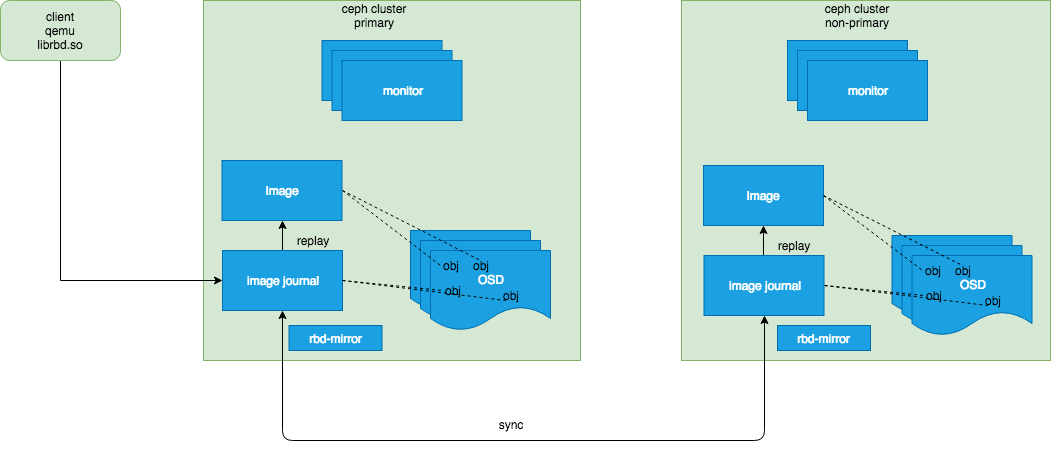
Earlier version of the draw.io export images/rbd-mirror.png (hopkings2008/ceph-beginner). Source tidied: cells renumbered, new cells last; positions are measured from the earlier drawing's top-left corner, leaving out a move shared by most shapes. The source it was exported from:
```xml
<mxGraphModel>
  <root>
    <mxCell id="0" />
    <mxCell id="1" parent="0" />
    <mxCell id="2" style="rounded=0;whiteSpace=wrap;html=1;fillColor=#d5e8d4;strokeColor=#82b366;" parent="1" vertex="1">
      <mxGeometry x="203" width="377" height="360" as="geometry" />
    </mxCell>
    <mxCell id="3" style="edgeStyle=orthogonalEdgeStyle;rounded=0;jettySize=auto;html=1;entryX=0;entryY=0.5;entryDx=0;entryDy=0;" parent="1" edge="1" source="4" target="19">
      <mxGeometry relative="1" as="geometry">
        <Array as="points">
          <mxPoint x="60" y="280" />
        </Array>
      </mxGeometry>
    </mxCell>
    <mxCell id="4" value="client&lt;br&gt;qemu&lt;br&gt;librbd.so&lt;br&gt;" style="rounded=1;whiteSpace=wrap;html=1;fillColor=#d5e8d4;strokeColor=#82b366;" parent="1" vertex="1">
      <mxGeometry width="120" height="60" as="geometry" />
    </mxCell>
    <mxCell id="5" value="OSD" style="shape=document;whiteSpace=wrap;html=1;boundedLbl=1;fillColor=#1ba1e2;strokeColor=#006EAF;fontColor=#ffffff;" parent="1" vertex="1">
      <mxGeometry x="410" y="230" width="120" height="80" as="geometry" />
    </mxCell>
    <mxCell id="6" value="OSD" style="shape=document;whiteSpace=wrap;html=1;boundedLbl=1;fillColor=#1ba1e2;strokeColor=#006EAF;fontColor=#ffffff;" parent="1" vertex="1">
      <mxGeometry x="420" y="240" width="120" height="80" as="geometry" />
    </mxCell>
    <mxCell id="7" value="OSD" style="shape=document;whiteSpace=wrap;html=1;boundedLbl=1;fillColor=#1ba1e2;strokeColor=#006EAF;fontColor=#ffffff;" parent="1" vertex="1">
      <mxGeometry x="430" y="250" width="120" height="80" as="geometry" />
    </mxCell>
    <mxCell id="8" value="monitor" style="rounded=0;whiteSpace=wrap;html=1;fillColor=#1ba1e2;strokeColor=#006EAF;fontColor=#ffffff;" parent="1" vertex="1">
      <mxGeometry x="321.5" y="40" width="120" height="60" as="geometry" />
    </mxCell>
    <mxCell id="9" value="monitor" style="rounded=0;whiteSpace=wrap;html=1;fillColor=#1ba1e2;strokeColor=#006EAF;fontColor=#ffffff;" parent="1" vertex="1">
      <mxGeometry x="331.5" y="50" width="120" height="60" as="geometry" />
    </mxCell>
    <mxCell id="10" value="monitor" style="rounded=0;whiteSpace=wrap;html=1;fillColor=#1ba1e2;strokeColor=#006EAF;fontColor=#ffffff;" parent="1" vertex="1">
      <mxGeometry x="341.5" y="60" width="120" height="60" as="geometry" />
    </mxCell>
    <mxCell id="11" value="ceph cluster&lt;br&gt;primary&lt;br&gt;" style="text;html=1;strokeColor=none;fillColor=none;align=center;verticalAlign=middle;whiteSpace=wrap;rounded=0;" parent="1" vertex="1">
      <mxGeometry x="314" width="118" height="30" as="geometry" />
    </mxCell>
    <mxCell id="12" style="rounded=0;whiteSpace=wrap;html=1;fillColor=#d5e8d4;strokeColor=#82b366;" parent="1" vertex="1">
      <mxGeometry x="681" width="369" height="360" as="geometry" />
    </mxCell>
    <mxCell id="13" value="monitor" style="rounded=0;whiteSpace=wrap;html=1;fillColor=#1ba1e2;strokeColor=#006EAF;fontColor=#ffffff;" parent="1" vertex="1">
      <mxGeometry x="787" y="40" width="120" height="60" as="geometry" />
    </mxCell>
    <mxCell id="14" value="monitor" style="rounded=0;whiteSpace=wrap;html=1;fillColor=#1ba1e2;strokeColor=#006EAF;fontColor=#ffffff;" parent="1" vertex="1">
      <mxGeometry x="797" y="50" width="120" height="60" as="geometry" />
    </mxCell>
    <mxCell id="15" value="monitor" style="rounded=0;whiteSpace=wrap;html=1;fillColor=#1ba1e2;strokeColor=#006EAF;fontColor=#ffffff;" parent="1" vertex="1">
      <mxGeometry x="807" y="60" width="120" height="60" as="geometry" />
    </mxCell>
    <mxCell id="16" value="ceph cluster&lt;br&gt;non-primary&lt;br&gt;" style="text;html=1;strokeColor=none;fillColor=none;align=center;verticalAlign=middle;whiteSpace=wrap;rounded=0;" parent="1" vertex="1">
      <mxGeometry x="797" width="118" height="30" as="geometry" />
    </mxCell>
    <mxCell id="17" value="Image&lt;br&gt;" style="rounded=0;whiteSpace=wrap;html=1;fillColor=#1ba1e2;strokeColor=#006EAF;fontColor=#ffffff;" parent="1" vertex="1">
      <mxGeometry x="221.5" y="160" width="120" height="60" as="geometry" />
    </mxCell>
    <mxCell id="18" style="edgeStyle=orthogonalEdgeStyle;rounded=0;jettySize=auto;html=1;exitX=0.5;exitY=0;exitDx=0;exitDy=0;entryX=0.5;entryY=1;entryDx=0;entryDy=0;" parent="1" edge="1" source="19" target="17">
      <mxGeometry relative="1" as="geometry" />
    </mxCell>
    <mxCell id="19" value="image journal" style="rounded=0;whiteSpace=wrap;html=1;fillColor=#1ba1e2;strokeColor=#006EAF;fontColor=#ffffff;" parent="1" vertex="1">
      <mxGeometry x="222" y="250" width="120" height="60" as="geometry" />
    </mxCell>
    <mxCell id="20" value="obj" style="text;html=1;strokeColor=none;fillColor=none;align=center;verticalAlign=middle;whiteSpace=wrap;rounded=0;" parent="1" vertex="1">
      <mxGeometry x="440" y="260" width="20" height="10" as="geometry" />
    </mxCell>
    <mxCell id="21" value="obj" style="text;html=1;strokeColor=none;fillColor=none;align=center;verticalAlign=middle;whiteSpace=wrap;rounded=0;" parent="1" vertex="1">
      <mxGeometry x="470" y="260" width="20" height="10" as="geometry" />
    </mxCell>
    <mxCell id="22" value="obj" style="text;html=1;strokeColor=none;fillColor=none;align=center;verticalAlign=middle;whiteSpace=wrap;rounded=0;" parent="1" vertex="1">
      <mxGeometry x="441.5" y="285" width="20" height="10" as="geometry" />
    </mxCell>
    <mxCell id="23" value="obj" style="text;html=1;strokeColor=none;fillColor=none;align=center;verticalAlign=middle;whiteSpace=wrap;rounded=0;" parent="1" vertex="1">
      <mxGeometry x="500" y="290" width="20" height="10" as="geometry" />
    </mxCell>
    <mxCell id="24" style="endArrow=none;dashed=1;html=1;exitX=1;exitY=0.5;exitDx=0;exitDy=0;entryX=0;entryY=0.5;entryDx=0;entryDy=0;" parent="1" edge="1" source="19" target="22">
      <mxGeometry relative="1" as="geometry" />
    </mxCell>
    <mxCell id="25" style="endArrow=none;dashed=1;html=1;exitX=1;exitY=0.5;exitDx=0;exitDy=0;entryX=0;entryY=0.5;entryDx=0;entryDy=0;" parent="1" edge="1" source="17" target="20">
      <mxGeometry relative="1" as="geometry" />
    </mxCell>
    <mxCell id="26" style="endArrow=none;dashed=1;html=1;exitX=1;exitY=0.5;exitDx=0;exitDy=0;entryX=0.5;entryY=0;entryDx=0;entryDy=0;" parent="1" edge="1" source="17" target="21">
      <mxGeometry relative="1" as="geometry" />
    </mxCell>
    <mxCell id="27" style="endArrow=none;dashed=1;html=1;exitX=1;exitY=0.5;exitDx=0;exitDy=0;entryX=0.25;entryY=1;entryDx=0;entryDy=0;" parent="1" edge="1" source="19" target="23">
      <mxGeometry relative="1" as="geometry" />
    </mxCell>
    <mxCell id="28" value="replay" style="text;html=1;strokeColor=none;fillColor=none;align=center;verticalAlign=middle;whiteSpace=wrap;rounded=0;" parent="1" vertex="1">
      <mxGeometry x="291.5" y="230" width="40" height="20" as="geometry" />
    </mxCell>
    <mxCell id="29" value="OSD" style="shape=document;whiteSpace=wrap;html=1;boundedLbl=1;fillColor=#1ba1e2;strokeColor=#006EAF;fontColor=#ffffff;" parent="1" vertex="1">
      <mxGeometry x="891.5" y="235" width="120" height="80" as="geometry" />
    </mxCell>
    <mxCell id="30" value="OSD" style="shape=document;whiteSpace=wrap;html=1;boundedLbl=1;fillColor=#1ba1e2;strokeColor=#006EAF;fontColor=#ffffff;" parent="1" vertex="1">
      <mxGeometry x="901.5" y="245" width="120" height="80" as="geometry" />
    </mxCell>
    <mxCell id="31" value="OSD" style="shape=document;whiteSpace=wrap;html=1;boundedLbl=1;fillColor=#1ba1e2;strokeColor=#006EAF;fontColor=#ffffff;" parent="1" vertex="1">
      <mxGeometry x="911.5" y="255" width="120" height="80" as="geometry" />
    </mxCell>
    <mxCell id="32" value="Image&lt;br&gt;" style="rounded=0;whiteSpace=wrap;html=1;fillColor=#1ba1e2;strokeColor=#006EAF;fontColor=#ffffff;" parent="1" vertex="1">
      <mxGeometry x="703" y="165" width="120" height="60" as="geometry" />
    </mxCell>
    <mxCell id="33" style="edgeStyle=orthogonalEdgeStyle;rounded=0;jettySize=auto;html=1;exitX=0.5;exitY=0;exitDx=0;exitDy=0;entryX=0.5;entryY=1;entryDx=0;entryDy=0;" parent="1" edge="1" source="34" target="32">
      <mxGeometry relative="1" as="geometry" />
    </mxCell>
    <mxCell id="34" value="image journal" style="rounded=0;whiteSpace=wrap;html=1;fillColor=#1ba1e2;strokeColor=#006EAF;fontColor=#ffffff;" parent="1" vertex="1">
      <mxGeometry x="703.5" y="255" width="120" height="60" as="geometry" />
    </mxCell>
    <mxCell id="35" value="obj" style="text;html=1;strokeColor=none;fillColor=none;align=center;verticalAlign=middle;whiteSpace=wrap;rounded=0;" parent="1" vertex="1">
      <mxGeometry x="921.5" y="265" width="20" height="10" as="geometry" />
    </mxCell>
    <mxCell id="36" value="obj" style="text;html=1;strokeColor=none;fillColor=none;align=center;verticalAlign=middle;whiteSpace=wrap;rounded=0;" parent="1" vertex="1">
      <mxGeometry x="951.5" y="265" width="20" height="10" as="geometry" />
    </mxCell>
    <mxCell id="37" value="obj" style="text;html=1;strokeColor=none;fillColor=none;align=center;verticalAlign=middle;whiteSpace=wrap;rounded=0;" parent="1" vertex="1">
      <mxGeometry x="923" y="290" width="20" height="10" as="geometry" />
    </mxCell>
    <mxCell id="38" value="obj" style="text;html=1;strokeColor=none;fillColor=none;align=center;verticalAlign=middle;whiteSpace=wrap;rounded=0;" parent="1" vertex="1">
      <mxGeometry x="981.5" y="295" width="20" height="10" as="geometry" />
    </mxCell>
    <mxCell id="39" style="endArrow=none;dashed=1;html=1;exitX=1;exitY=0.5;exitDx=0;exitDy=0;entryX=0;entryY=0.5;entryDx=0;entryDy=0;" parent="1" edge="1" source="34" target="37">
      <mxGeometry relative="1" as="geometry" />
    </mxCell>
    <mxCell id="40" style="endArrow=none;dashed=1;html=1;exitX=1;exitY=0.5;exitDx=0;exitDy=0;entryX=0;entryY=0.5;entryDx=0;entryDy=0;" parent="1" edge="1" source="32" target="35">
      <mxGeometry relative="1" as="geometry" />
    </mxCell>
    <mxCell id="41" style="endArrow=none;dashed=1;html=1;exitX=1;exitY=0.5;exitDx=0;exitDy=0;entryX=0.5;entryY=0;entryDx=0;entryDy=0;" parent="1" edge="1" source="32" target="36">
      <mxGeometry relative="1" as="geometry" />
    </mxCell>
    <mxCell id="42" style="endArrow=none;dashed=1;html=1;exitX=1;exitY=0.5;exitDx=0;exitDy=0;entryX=0.25;entryY=1;entryDx=0;entryDy=0;" parent="1" edge="1" source="34" target="38">
      <mxGeometry relative="1" as="geometry" />
    </mxCell>
    <mxCell id="43" value="replay" style="text;html=1;strokeColor=none;fillColor=none;align=center;verticalAlign=middle;whiteSpace=wrap;rounded=0;" parent="1" vertex="1">
      <mxGeometry x="773" y="235" width="40" height="20" as="geometry" />
    </mxCell>
    <mxCell id="44" style="endArrow=classic;startArrow=classic;html=1;exitX=0.5;exitY=1;exitDx=0;exitDy=0;entryX=0.5;entryY=1;entryDx=0;entryDy=0;" parent="1" edge="1" source="19" target="34">
      <mxGeometry relative="1" as="geometry">
        <Array as="points">
          <mxPoint x="282" y="440" />
          <mxPoint x="764" y="440" />
        </Array>
      </mxGeometry>
    </mxCell>
    <mxCell id="45" value="rbd-mirror&lt;br&gt;" style="rounded=0;whiteSpace=wrap;html=1;fillColor=#1ba1e2;strokeColor=#006EAF;fontColor=#ffffff;" parent="1" vertex="1">
      <mxGeometry x="777" y="325" width="93" height="25" as="geometry" />
    </mxCell>
    <mxCell id="46" value="rbd-mirror&lt;br&gt;" style="rounded=0;whiteSpace=wrap;html=1;fillColor=#1ba1e2;strokeColor=#006EAF;fontColor=#ffffff;" parent="1" vertex="1">
      <mxGeometry x="288.5" y="325" width="93" height="25" as="geometry" />
    </mxCell>
    <mxCell id="47" value="sync" style="text;html=1;strokeColor=none;fillColor=none;align=center;verticalAlign=middle;whiteSpace=wrap;rounded=0;" parent="1" vertex="1">
      <mxGeometry x="490" y="414" width="40" height="20" as="geometry" />
    </mxCell>
  </root>
</mxGraphModel>
```
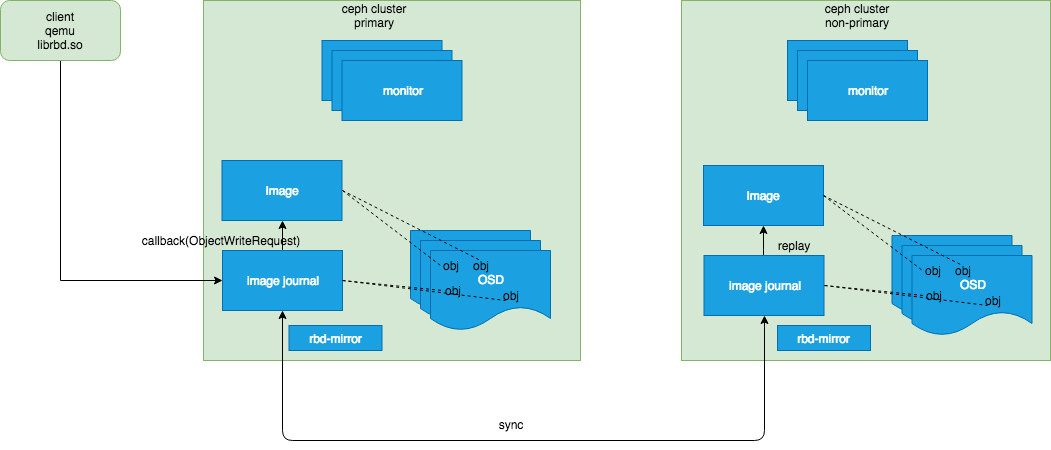
Above is the later version.

Change to the diagram source:
```diff
@@ -84,8 +84,8 @@
     <mxCell id="27" style="endArrow=none;dashed=1;html=1;exitX=1;exitY=0.5;exitDx=0;exitDy=0;entryX=0.25;entryY=1;entryDx=0;entryDy=0;" parent="1" edge="1" source="19" target="23">
       <mxGeometry relative="1" as="geometry" />
     </mxCell>
-    <mxCell id="28" value="replay" style="text;html=1;strokeColor=none;fillColor=none;align=center;verticalAlign=middle;whiteSpace=wrap;rounded=0;" parent="1" vertex="1">
-      <mxGeometry x="291.5" y="230" width="40" height="20" as="geometry" />
+    <mxCell id="28" value="callback(ObjectWriteRequest)" style="text;html=1;strokeColor=none;fillColor=none;align=center;verticalAlign=middle;whiteSpace=wrap;rounded=0;" parent="1" vertex="1">
+      <mxGeometry x="200" y="230" width="40" height="20" as="geometry" />
     </mxCell>
     <mxCell id="29" value="OSD" style="shape=document;whiteSpace=wrap;html=1;boundedLbl=1;fillColor=#1ba1e2;strokeColor=#006EAF;fontColor=#ffffff;" parent="1" vertex="1">
       <mxGeometry x="891.5" y="235" width="120" height="80" as="geometry" />
```
